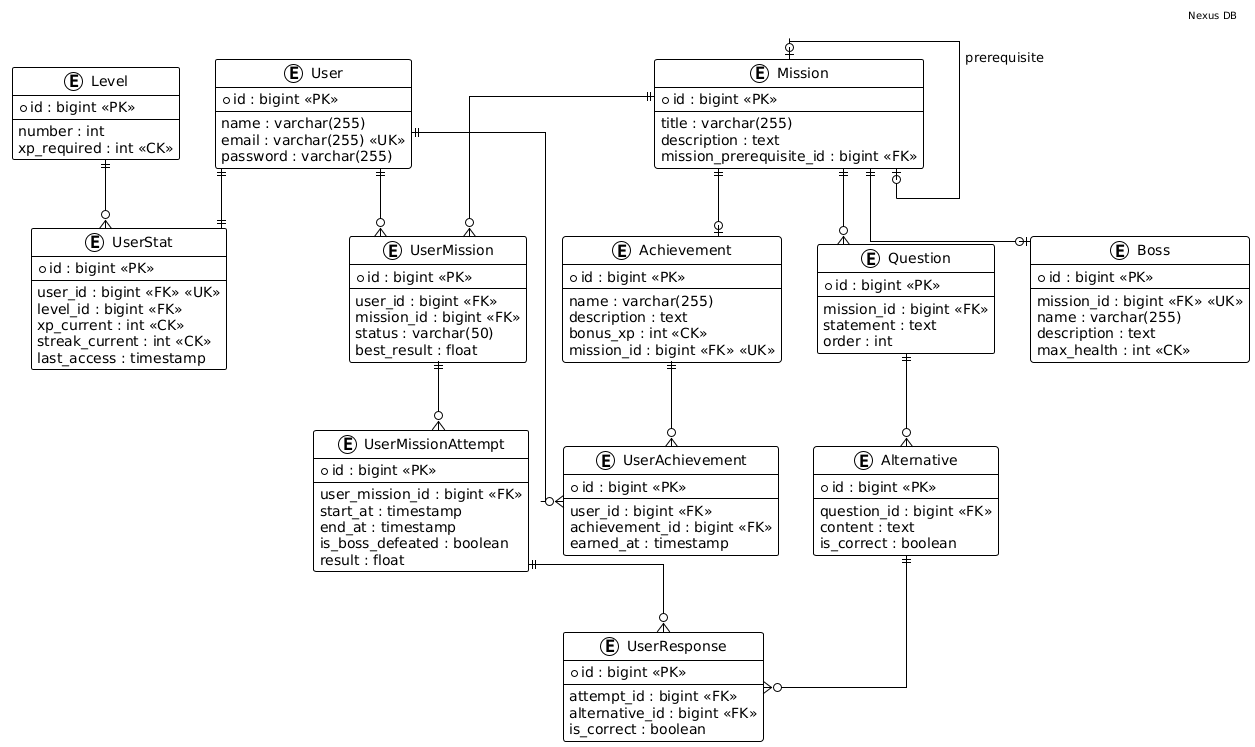
Above: resources/assets/dbER.png in dhiogonasc/Nexus-RPG (PlantUML), before the change.
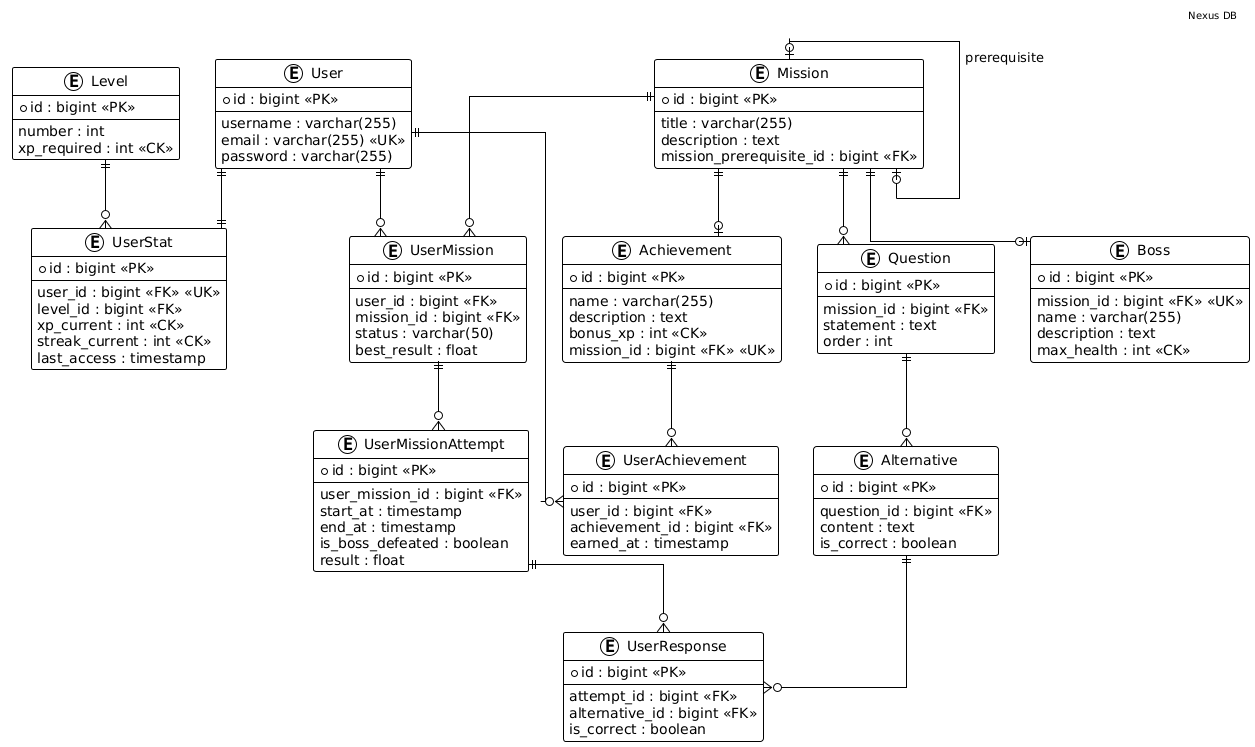
Later version of the same file.

Change to the diagram source:
```diff
@@ -13,7 +13,7 @@
 entity "User" as user {
     * id : bigint <<PK>>
     --
-    name : varchar(255)
+    username : varchar(255)
     email : varchar(255) <<UK>>
     password : varchar(255)
 }
```
